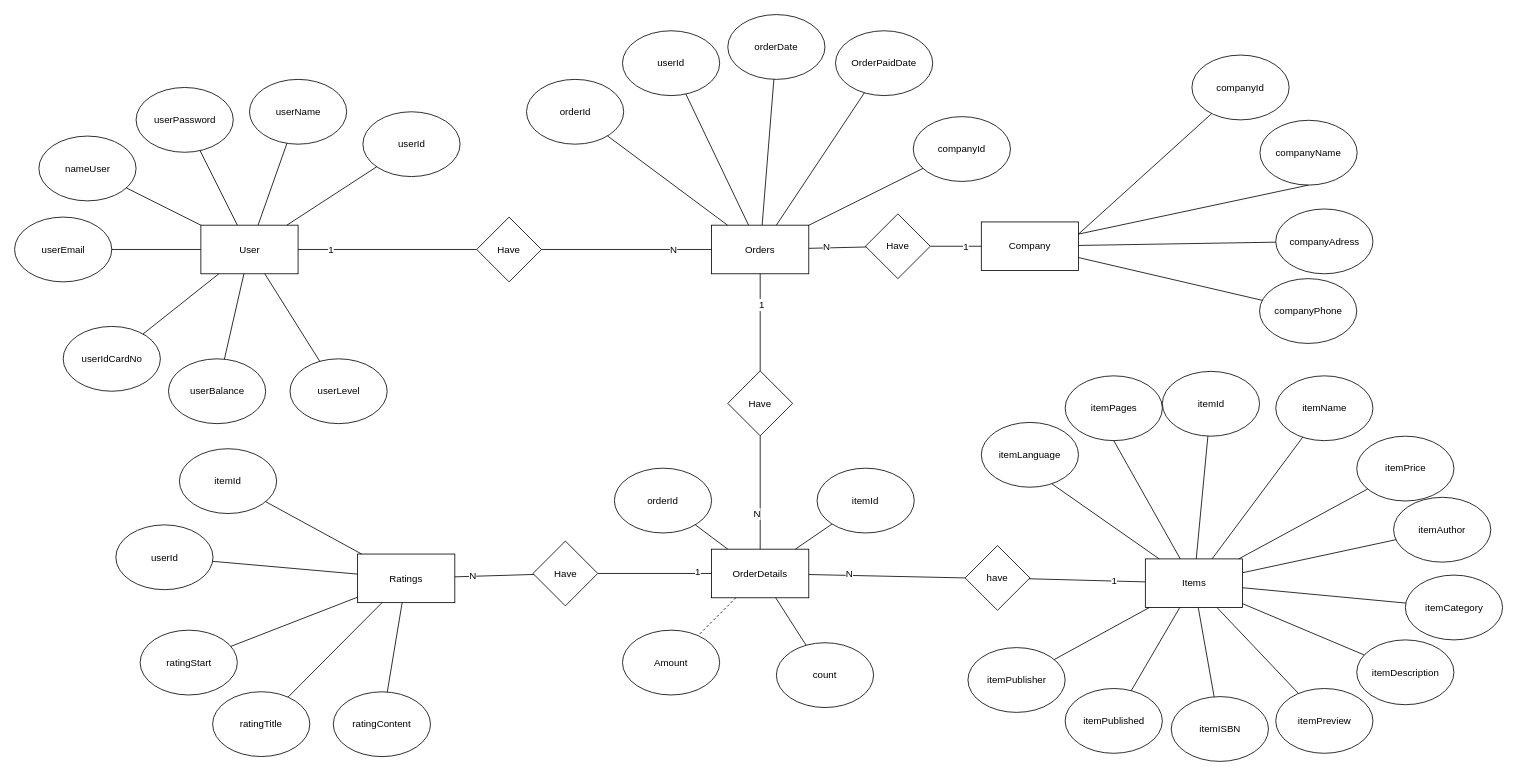
This is Documents/erd.drawio from tung120320/E-Book-Order-G02, a draw.io file, before an edit. Source tidied: cells renumbered, new cells numbered last; positions are measured from the earlier drawing's top-left corner, leaving out a move shared by most shapes. Both pictures are drawn from the tidied source at 81%, with x=0, y=0 at pixel (14, 14).
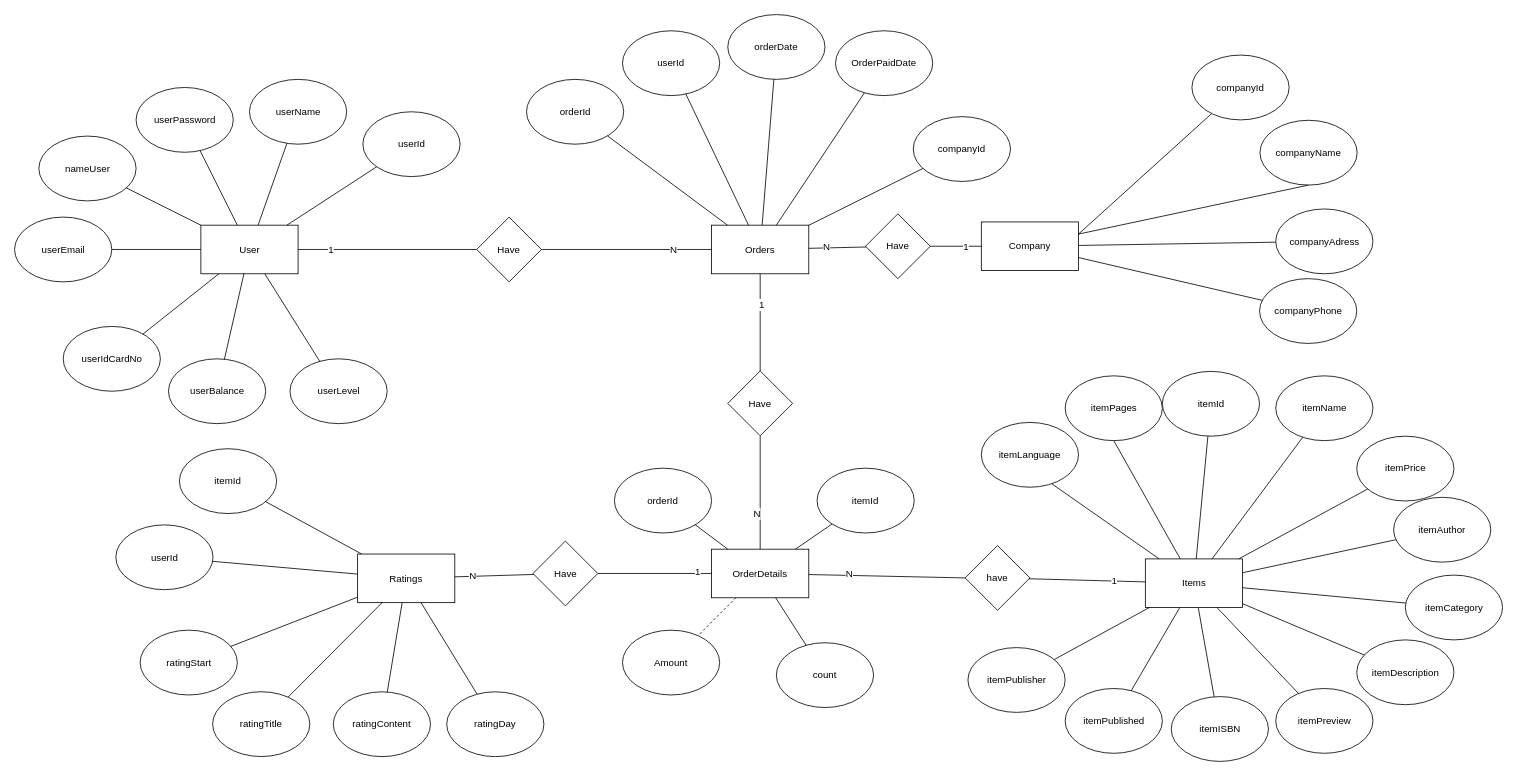
Above is the later version.

The change refers to these unchanged cells:
```xml
<mxCell id="91" value="Ratings" style="rounded=0;whiteSpace=wrap;html=1;" parent="1" vertex="1">
  <mxGeometry x="424" y="666.5" width="120" height="60" as="geometry" />
</mxCell>
```

Change to the diagram source:
```diff
@@
+    <mxCell id="109" value="ratingDay" style="ellipse;whiteSpace=wrap;html=1;" parent="1" vertex="1">
+      <mxGeometry x="534" y="836.6" width="120" height="80" as="geometry" />
+    </mxCell>
+    <mxCell id="110" style="endArrow=none;html=1;" parent="1" edge="1" source="109" target="91">
+      <mxGeometry relative="1" as="geometry" />
+    </mxCell>
```
